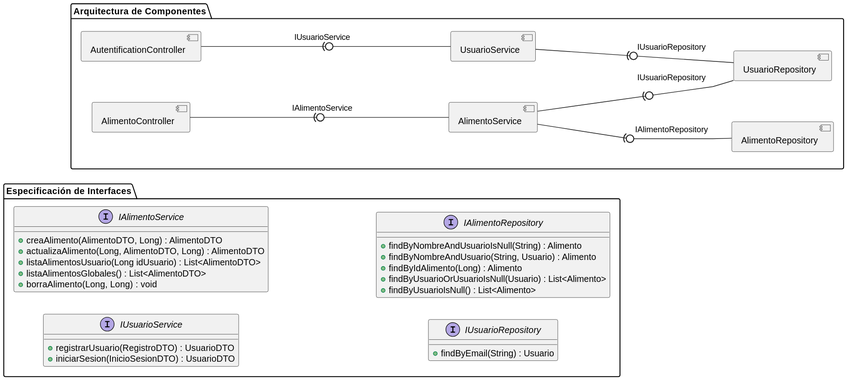
Above: Diagramas/DiagramaComponentesBackEnd.svg in AlejandroAranaGomez/TFG (PlantUML), before the change. The source it was exported from:
```plantuml
@startuml
allow_mixing
left to right direction
skinparam linetype polyline

package "Arquitectura de Componentes" {


    component "AutentificationController"
    component "AlimentoController"

    component "UsuarioService"
    component "AlimentoService"

    component "UsuarioRepository"
    component "AlimentoRepository"


    AutentificationController -(0- UsuarioService : IUsuarioService
    UsuarioService -(0- UsuarioRepository : IUsuarioRepository

    AlimentoController -(0- AlimentoService : IAlimentoService
    AlimentoService -(0- AlimentoRepository : IAlimentoRepository

    AlimentoService -(0- UsuarioRepository : IUsuarioRepository

}


package "Especificación de Interfaces" {

    interface "IUsuarioService" {
        + registrarUsuario(RegistroDTO) : UsuarioDTO
        + iniciarSesion(InicioSesionDTO) : UsuarioDTO
    }

    interface "IAlimentoService" {
        + creaAlimento(AlimentoDTO, Long) : AlimentoDTO
        + actualizaAlimento(Long, AlimentoDTO, Long) : AlimentoDTO
        + listaAlimentosUsuario(Long idUsuario) : List<AlimentoDTO>
        + listaAlimentosGlobales() : List<AlimentoDTO>
        + borraAlimento(Long, Long) : void
    }

    interface "IUsuarioRepository" {
        + findByEmail(String) : Usuario
    }

    interface "IAlimentoRepository" {
        + findByNombreAndUsuarioIsNull(String) : Alimento
        + findByNombreAndUsuario(String, Usuario) : Alimento
        + findByIdAlimento(Long) : Alimento
        + findByUsuarioOrUsuarioIsNull(Usuario) : List<Alimento>
        + findByUsuarioIsNull() : List<Alimento>
    }
}
@enduml
```
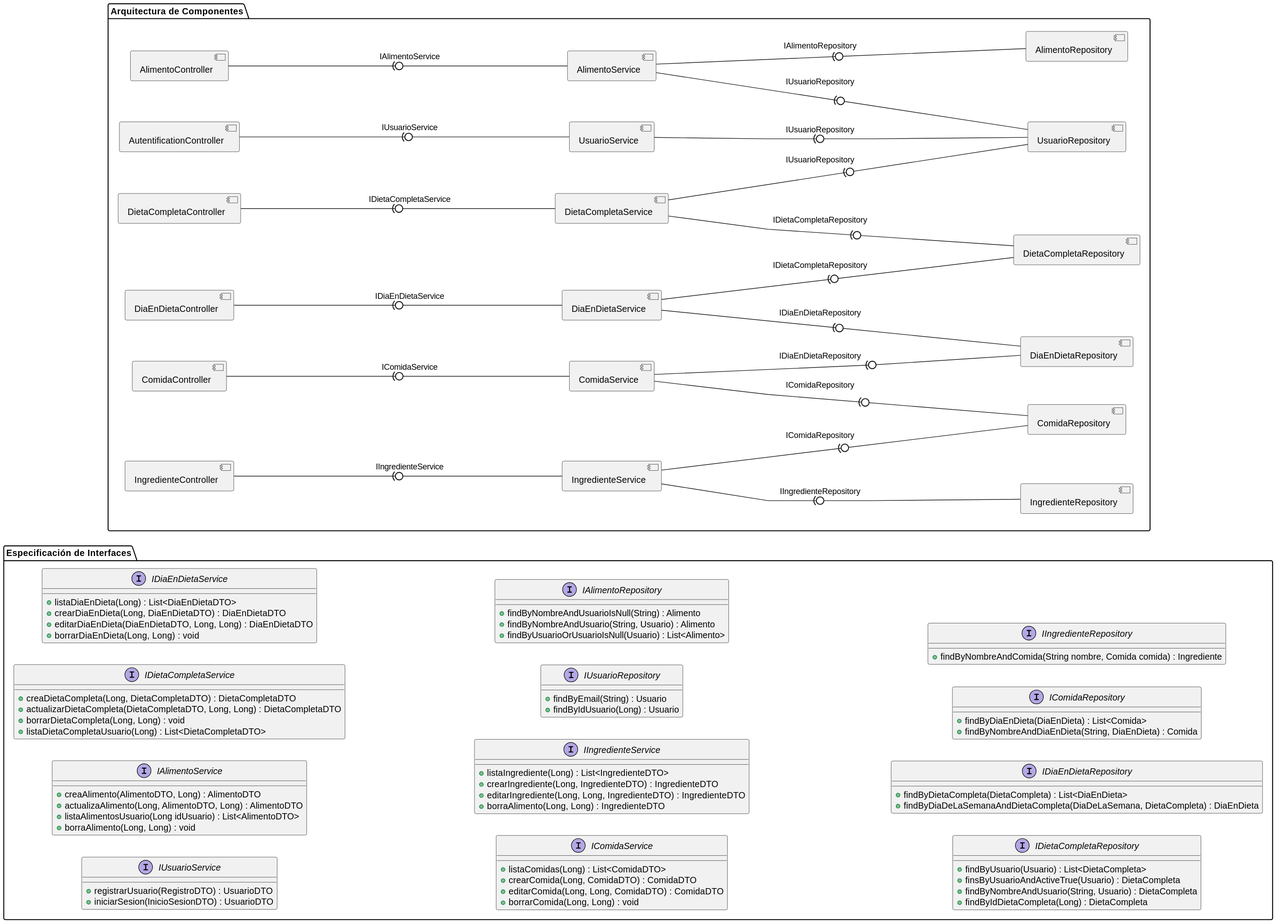
After the change.

What changed in the source:
```diff
@@ -8,12 +8,24 @@
 
     component "AutentificationController"
     component "AlimentoController"
+    component "DietaCompletaController"
+    component "DiaEnDietaController"
+    component "ComidaController"
+    component "IngredienteController"
 
     component "UsuarioService"
     component "AlimentoService"
+    component "DietaCompletaService"
+    component "DiaEnDietaService"
+    component "ComidaService"
+    component "IngredienteService"
 
     component "UsuarioRepository"
     component "AlimentoRepository"
+    component "DietaCompletaRepository"
+    component "DiaEnDietaRepository"
+    component "ComidaRepository"
+    component "IngredienteRepository"
 
 
     AutentificationController -(0- UsuarioService : IUsuarioService
@@ -21,8 +33,23 @@
 
     AlimentoController -(0- AlimentoService : IAlimentoService
     AlimentoService -(0- AlimentoRepository : IAlimentoRepository
+    AlimentoService -(0- UsuarioRepository : IUsuarioRepository
 
-    AlimentoService -(0- UsuarioRepository : IUsuarioRepository
+    DietaCompletaController -(0- DietaCompletaService : IDietaCompletaService
+    DietaCompletaService -(0- DietaCompletaRepository : IDietaCompletaRepository
+    DietaCompletaService -(0- UsuarioRepository : IUsuarioRepository
+
+    DiaEnDietaController -(0- DiaEnDietaService : IDiaEnDietaService
+    DiaEnDietaService -(0- DiaEnDietaRepository : IDiaEnDietaRepository
+    DiaEnDietaService -(0- DietaCompletaRepository : IDietaCompletaRepository
+
+    ComidaController -(0- ComidaService : IComidaService
+    ComidaService -(0- ComidaRepository : IComidaRepository
+    ComidaService -(0- DiaEnDietaRepository : IDiaEnDietaRepository
+
+    IngredienteController -(0- IngredienteService : IIngredienteService
+    IngredienteService -(0- IngredienteRepository : IIngredienteRepository
+    IngredienteService -(0- ComidaRepository : IComidaRepository
 
 }
 
@@ -38,20 +65,67 @@
         + creaAlimento(AlimentoDTO, Long) : AlimentoDTO
         + actualizaAlimento(Long, AlimentoDTO, Long) : AlimentoDTO
         + listaAlimentosUsuario(Long idUsuario) : List<AlimentoDTO>
-        + listaAlimentosGlobales() : List<AlimentoDTO>
         + borraAlimento(Long, Long) : void
+    }
+
+    interface "IDietaCompletaService" {
+        + creaDietaCompleta(Long, DietaCompletaDTO) : DietaCompletaDTO
+        + actualizarDietaCompleta(DietaCompletaDTO, Long, Long) : DietaCompletaDTO
+        + borrarDietaCompleta(Long, Long) : void
+        + listaDietaCompletaUsuario(Long) : List<DietaCompletaDTO>
+    }
+
+    interface "IDiaEnDietaService" {
+        + listaDiaEnDieta(Long) : List<DiaEnDietaDTO>
+        + crearDiaEnDieta(Long, DiaEnDietaDTO) : DiaEnDietaDTO
+        + editarDiaEnDieta(DiaEnDietaDTO, Long, Long) : DiaEnDietaDTO
+        + borrarDiaEnDieta(Long, Long) : void
+    }
+
+    interface "IComidaService" {
+        + listaComidas(Long) : List<ComidaDTO>
+        + crearComida(Long, ComidaDTO) : ComidaDTO
+        + editarComida(Long, Long, ComidaDTO) : ComidaDTO
+        + borrarComida(Long, Long) : void
+    }
+
+    interface "IIngredienteService" {
+        + listaIngrediente(Long) : List<IngredienteDTO>
+        + crearIngrediente(Long, IngredienteDTO) : IngredienteDTO
+        + editarIngrediente(Long, Long, IngredienteDTO) : IngredienteDTO
+        + borraAlimento(Long, Long) : IngredienteDTO
     }
 
     interface "IUsuarioRepository" {
         + findByEmail(String) : Usuario
+        + findByIdUsuario(Long) : Usuario
     }
 
     interface "IAlimentoRepository" {
         + findByNombreAndUsuarioIsNull(String) : Alimento
         + findByNombreAndUsuario(String, Usuario) : Alimento
-        + findByIdAlimento(Long) : Alimento
         + findByUsuarioOrUsuarioIsNull(Usuario) : List<Alimento>
-        + findByUsuarioIsNull() : List<Alimento>
+    }
+
+    interface "IDietaCompletaRepository" {
+        + findByUsuario(Usuario) : List<DietaCompleta>
+        + finsByUsuarioAndActiveTrue(Usuario) : DietaCompleta
+        + findByNombreAndUsuario(String, Usuario) : DietaCompleta
+        + findByIdDietaCompleta(Long) : DietaCompleta
+    }
+
+    interface "IDiaEnDietaRepository" {
+        + findByDietaCompleta(DietaCompleta) : List<DiaEnDieta>
+        + findByDiaDeLaSemanaAndDietaCompleta(DiaDeLaSemana, DietaCompleta) : DiaEnDieta
+    }
+
+    interface "IComidaRepository" {
+        + findByDiaEnDieta(DiaEnDieta) : List<Comida>
+        + findByNombreAndDiaEnDieta(String, DiaEnDieta) : Comida
+    }
+
+    interface "IIngredienteRepository" {
+        + findByNombreAndComida(String nombre, Comida comida) : Ingrediente
     }
 }
 @enduml
```
